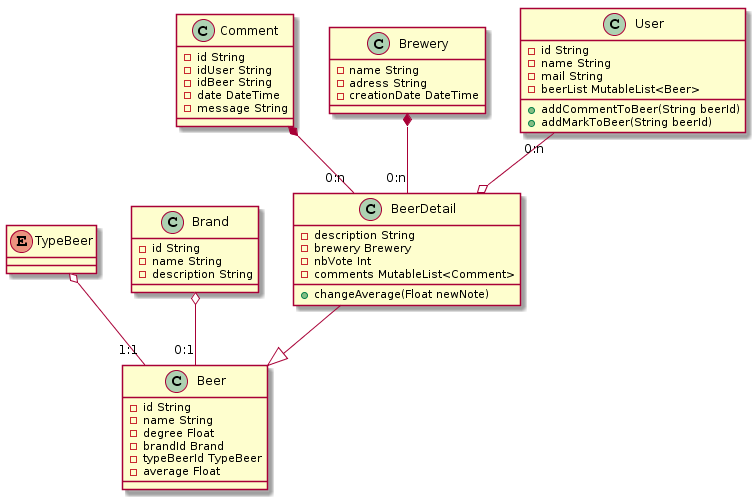
Before: doc/spec/models/img/model-class.png, a diagram exported from PlantUML (TheNoobProgrammeur/birudroid).
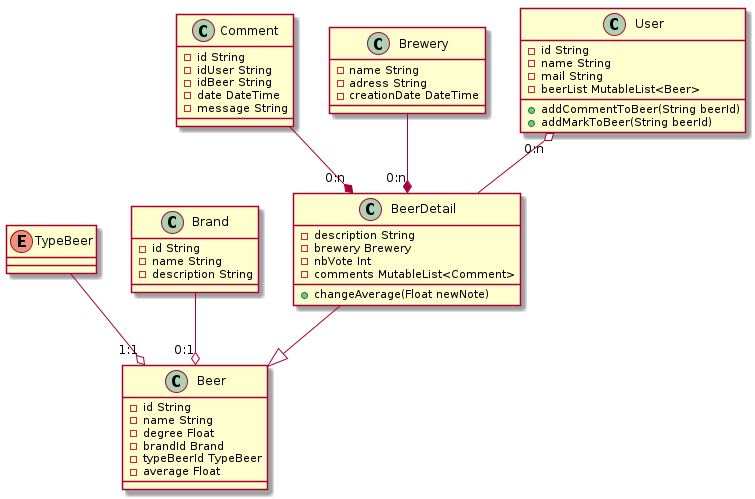
Later version of the same file.

Commit message:
:pencil: fix uml composition

What changed in the source:
```diff
@@ -1,4 +1,5 @@
-@startuml
+@startuml Schema Objet
+
 class BeerDetail{
     - description String
     - brewery Brewery
@@ -50,10 +51,11 @@
 
 BeerDetail --|> Beer
 
-Brewery *-- "0:n" BeerDetail
-Comment *-- "0:n" BeerDetail
-User "0:n" --o BeerDetail
+Brewery --* "0:n" BeerDetail
+Comment --* "0:n" BeerDetail
+User "0:n" o-- BeerDetail
 
-TypeBeer o-- "1:1" Beer
-Brand o-- "0:1" Beer
+TypeBeer --o "1:1" Beer
+Brand --o "0:1" Beer
+
 @enduml
```
